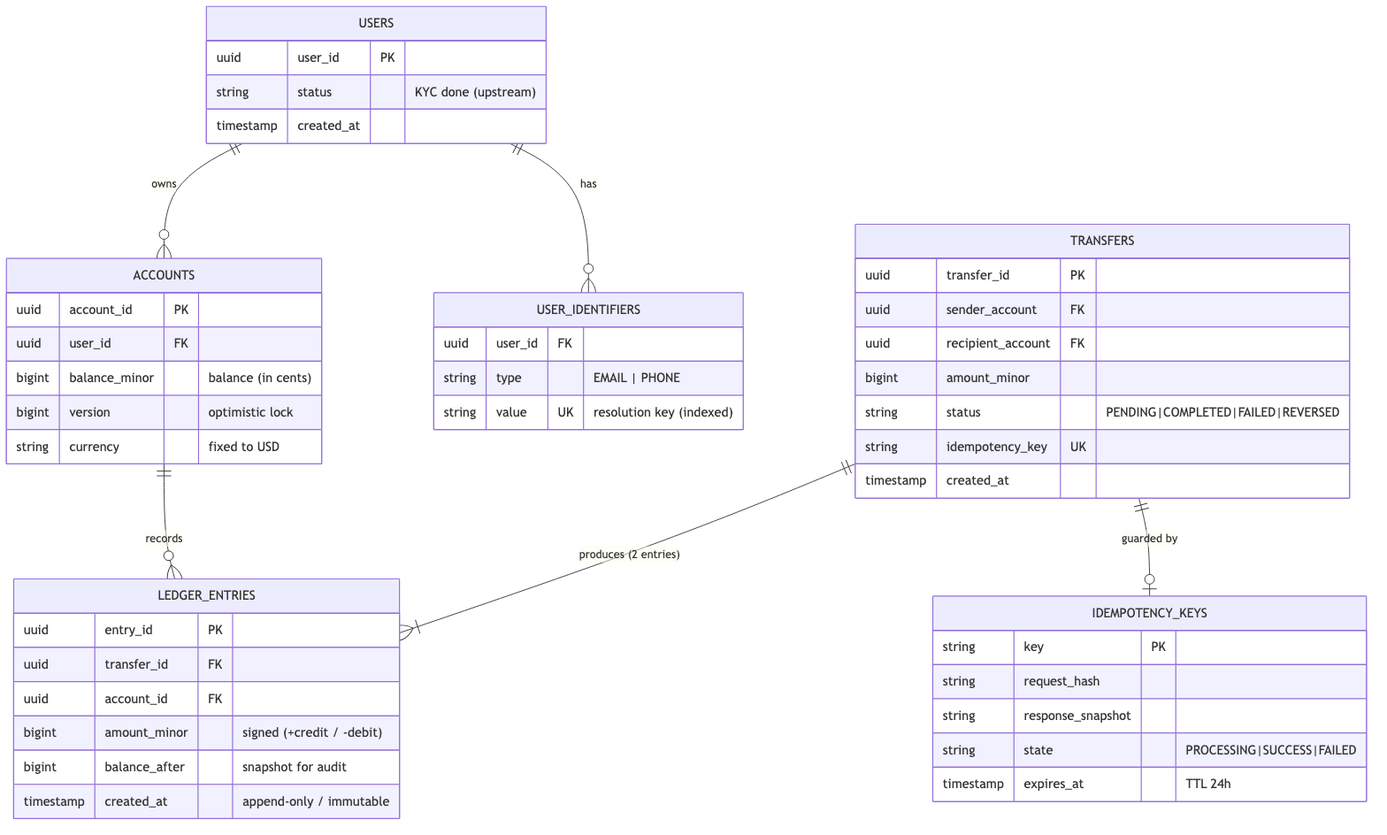
The Mermaid diagram 1-p2p-transaction/database-schema.png in masayukitanaka/system-designs, before a commit. Its source is kept beside it as 1-p2p-transaction/diagrams/database-schema.mmd.
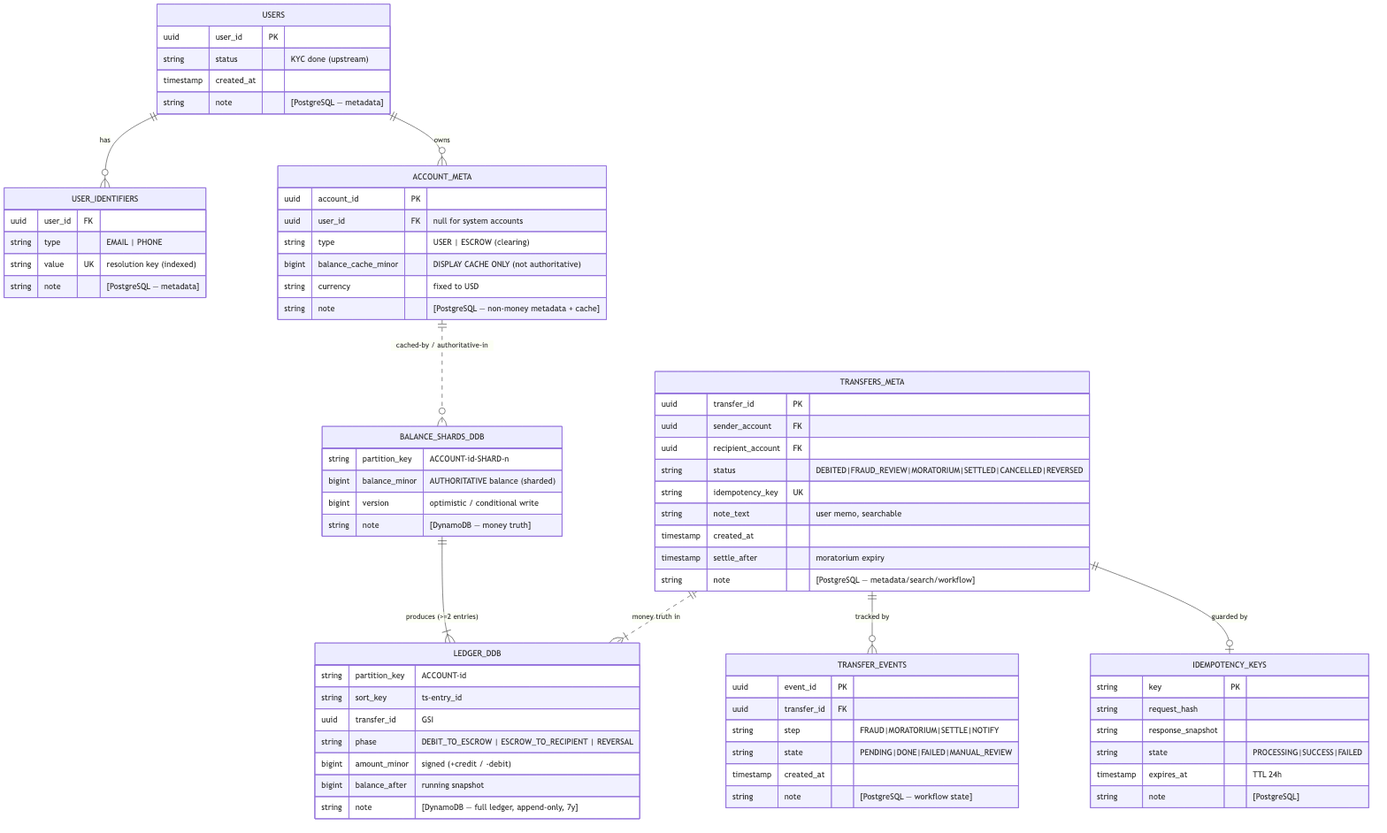
Later version of the same file.

Change to the diagram source:
```diff
@@ -1,47 +1,54 @@
 erDiagram
-    USERS ||--o{ ACCOUNTS : "owns"
+    USERS ||--o{ ACCOUNT_META : "owns"
     USERS ||--o{ USER_IDENTIFIERS : "has"
-    ACCOUNTS ||--o{ LEDGER_ENTRIES : "records"
-    TRANSFERS ||--|{ LEDGER_ENTRIES : "produces (2 entries)"
-    TRANSFERS ||--o| IDEMPOTENCY_KEYS : "guarded by"
+    ACCOUNT_META ||..o{ BALANCE_SHARDS_DDB : "キャッシュ / 正はDDB"
+    TRANSFERS_META ||--o| IDEMPOTENCY_KEYS : "guarded by"
+    TRANSFERS_META ||--o{ TRANSFER_EVENTS : "tracked by"
+    TRANSFERS_META ||..|{ LEDGER_DDB : "金額の真実はDDB"
+    BALANCE_SHARDS_DDB ||--|{ LEDGER_DDB : "produces (>=2 entries)"
 
     USERS {
         uuid user_id PK
-        string status "KYC済 (上流)"
+        string status "KYC done (upstream)"
         timestamp created_at
+        string note "[PostgreSQL — メタデータ]"
     }
 
     USER_IDENTIFIERS {
         uuid user_id FK
         string type "EMAIL | PHONE"
         string value UK "解決キー (索引)"
+        string note "[PostgreSQL — メタデータ]"
     }
 
-    ACCOUNTS {
+    ACCOUNT_META {
         uuid account_id PK
-        uuid user_id FK
-        bigint balance_minor "残高 (セント単位)"
-        bigint version "楽観ロック"
+        uuid user_id FK "システム勘定はnull"
+        string type "USER | ESCROW (clearing)"
+        bigint balance_cache_minor "表示用キャッシュのみ (正ではない)"
         string currency "USD固定"
+        string note "[PostgreSQL — 非金額メタ + キャッシュ]"
     }
 
-    TRANSFERS {
+    TRANSFERS_META {
         uuid transfer_id PK
         uuid sender_account FK
         uuid recipient_account FK
-        bigint amount_minor
-        string status "PENDING|COMPLETED|FAILED|REVERSED"
+        string status "DEBITED|FRAUD_REVIEW|MORATORIUM|SETTLED|CANCELLED|REVERSED"
         string idempotency_key UK
+        string note_text "ユーザーメモ, 検索可"
         timestamp created_at
+        timestamp settle_after "モラトリアム満了"
+        string note "[PostgreSQL — メタ/検索/ワークフロー]"
     }
 
-    LEDGER_ENTRIES {
-        uuid entry_id PK
+    TRANSFER_EVENTS {
+        uuid event_id PK
         uuid transfer_id FK
-        uuid account_id FK
-        bigint amount_minor "符号付 (+credit / -debit)"
-        bigint balance_after "監査用スナップショット"
-        timestamp created_at "追記のみ / 不変"
+        string step "FRAUD|MORATORIUM|SETTLE|NOTIFY"
+        string state "PENDING|DONE|FAILED|MANUAL_REVIEW"
+        timestamp created_at
+        string note "[PostgreSQL — ワークフロー状態]"
     }
 
     IDEMPOTENCY_KEYS {
@@ -50,4 +57,22 @@
         string response_snapshot
         string state "PROCESSING|SUCCESS|FAILED"
         timestamp expires_at "TTL 24h"
+        string note "[PostgreSQL]"
     }
+
+    BALANCE_SHARDS_DDB {
+        string partition_key "ACCOUNT-id-SHARD-n"
+        bigint balance_minor "正の残高 (シャード化)"
+        bigint version "楽観 / 条件付き書込"
+        string note "[DynamoDB — 金額の真実]"
+    }
+
+    LEDGER_DDB {
+        string partition_key "ACCOUNT-id"
+        string sort_key "ts-entry_id"
+        uuid transfer_id "GSI"
+        string phase "DEBIT_TO_ESCROW | ESCROW_TO_RECIPIENT | REVERSAL"
+        bigint amount_minor "符号付 (+credit / -debit)"
+        bigint balance_after "実行時スナップショット"
+        string note "[DynamoDB — 全台帳, 追記専用, 7年]"
+    }
```
